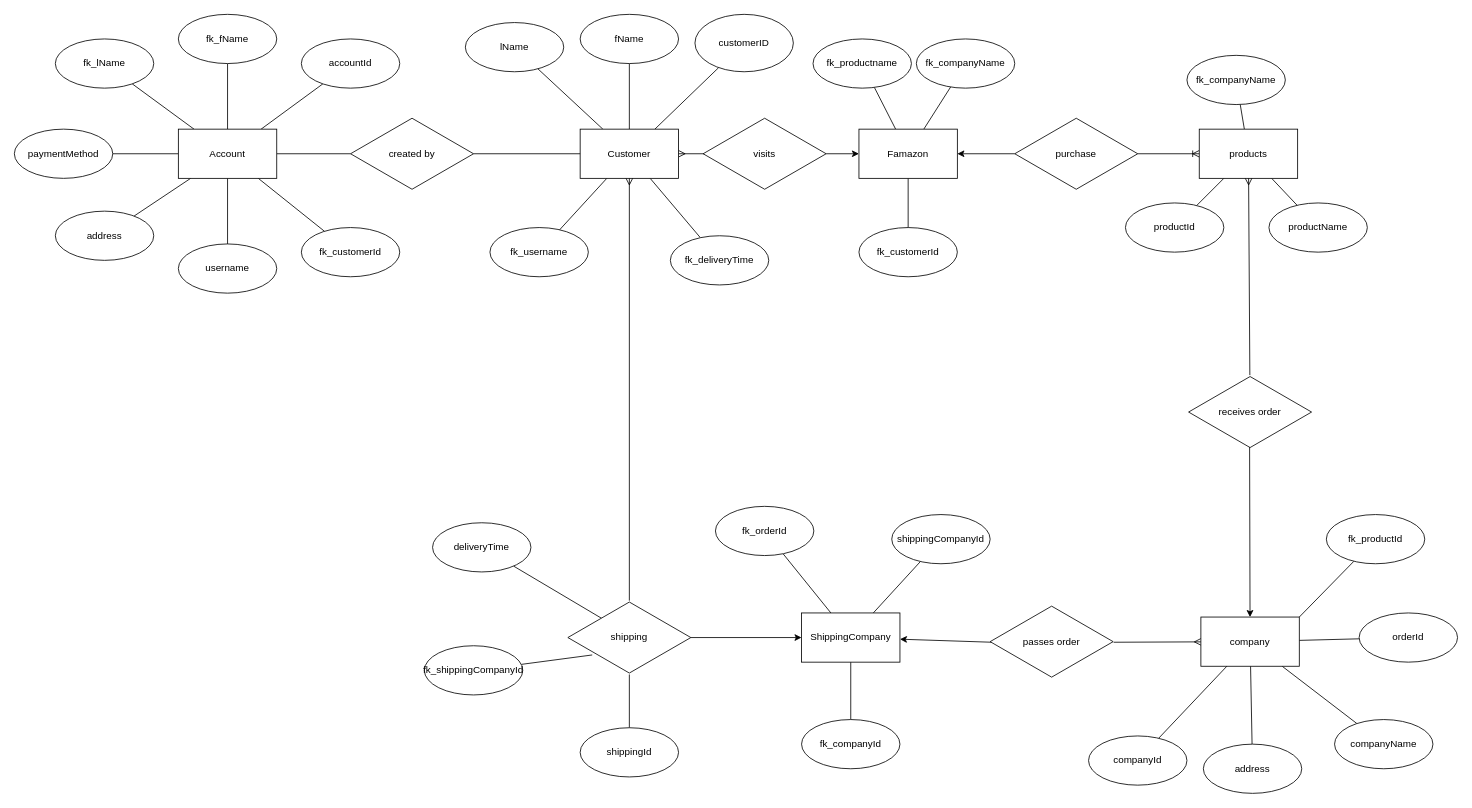
This is page "ER diagram" (2 of 4) of Diagram/diagram.drawio from igoorilic/BE15_CR9_IgorIlic, a draw.io file, before an edit. Source tidied: cells renumbered, new cells numbered last; positions are measured from the earlier drawing's top-left corner, leaving out a move shared by most shapes. Both pictures are drawn from the tidied source at 82%, with x=0, y=0 at pixel (14, 14).
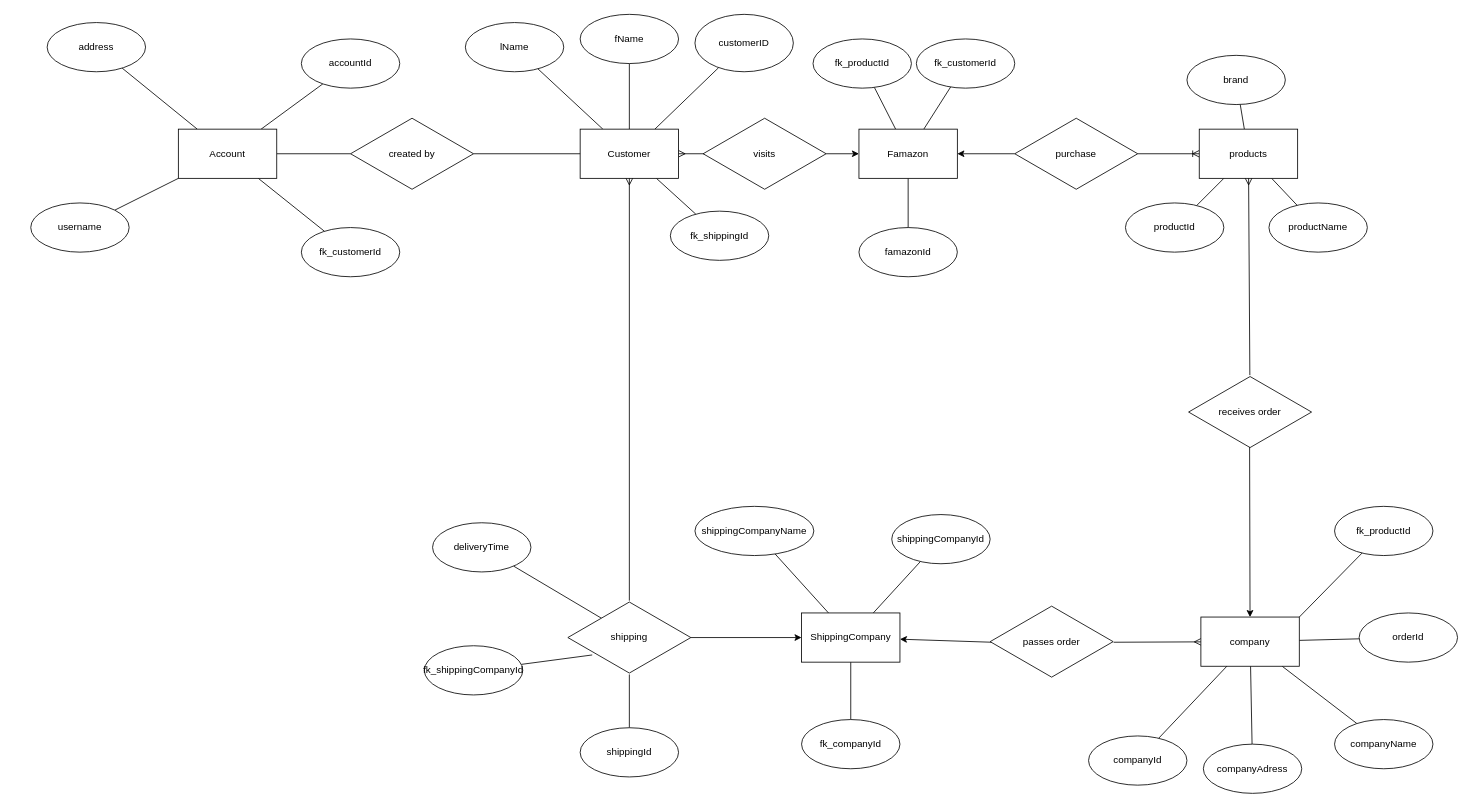
After the change.

Unchanged cells that the change refers to:
```xml
<mxCell id="8" value="Customer" style="rounded=0;whiteSpace=wrap;html=1;" parent="1" vertex="1">
  <mxGeometry x="690" y="140" width="120" height="60" as="geometry" />
</mxCell>
<mxCell id="72" value="Account" style="whiteSpace=wrap;html=1;" parent="1" vertex="1">
  <mxGeometry x="200" y="140" width="120" height="60" as="geometry" />
</mxCell>
```

The edit, as a diff of the source:
```diff
@@
-    <mxCell id="7" style="edgeStyle=none;html=1;startArrow=none;startFill=0;endArrow=none;endFill=0;" parent="1" edge="1" source="8" target="83">
-      <mxGeometry relative="1" as="geometry" />
-    </mxCell>
@@
-    <mxCell id="11" value="fk_username" style="ellipse;whiteSpace=wrap;html=1;rounded=0;" parent="1" vertex="1">
-      <mxGeometry x="580" y="260" width="120" height="60" as="geometry" />
+    <mxCell id="11" value="fk_shippingId" style="ellipse;whiteSpace=wrap;html=1;rounded=0;" parent="1" vertex="1">
+      <mxGeometry x="800" y="240" width="120" height="60" as="geometry" />
     </mxCell>
@@
-    <mxCell id="33" value="fk_customerId" style="ellipse;whiteSpace=wrap;html=1;" parent="1" vertex="1">
+    <mxCell id="33" value="famazonId" style="ellipse;whiteSpace=wrap;html=1;" parent="1" vertex="1">
       <mxGeometry x="1030" y="260" width="120" height="60" as="geometry" />
     </mxCell>
-    <mxCell id="34" value="fk_productname" style="ellipse;whiteSpace=wrap;html=1;" parent="1" vertex="1">
+    <mxCell id="34" value="fk_productId" style="ellipse;whiteSpace=wrap;html=1;" parent="1" vertex="1">
       <mxGeometry x="974" y="30" width="120" height="60" as="geometry" />
     </mxCell>
@@
-    <mxCell id="38" value="fk_companyName" style="ellipse;whiteSpace=wrap;html=1;" parent="1" vertex="1">
+    <mxCell id="38" value="brand" style="ellipse;whiteSpace=wrap;html=1;" parent="1" vertex="1">
       <mxGeometry x="1430" y="50" width="120" height="60" as="geometry" />
     </mxCell>
@@
     <mxCell id="40" value="fk_productId" style="ellipse;whiteSpace=wrap;html=1;" parent="1" vertex="1">
-      <mxGeometry x="1600" y="610" width="120" height="60" as="geometry" />
+      <mxGeometry x="1610" y="600" width="120" height="60" as="geometry" />
     </mxCell>
@@
-    <mxCell id="44" value="address" style="ellipse;whiteSpace=wrap;html=1;" parent="1" vertex="1">
+    <mxCell id="44" value="companyAdress" style="ellipse;whiteSpace=wrap;html=1;" parent="1" vertex="1">
       <mxGeometry x="1450" y="890" width="120" height="60" as="geometry" />
     </mxCell>
@@
-    <mxCell id="50" value="fk_orderId" style="ellipse;whiteSpace=wrap;html=1;rounded=0;" parent="1" vertex="1">
-      <mxGeometry x="855" y="600" width="120" height="60" as="geometry" />
+    <mxCell id="50" value="shippingCompanyName" style="ellipse;whiteSpace=wrap;html=1;rounded=0;" parent="1" vertex="1">
+      <mxGeometry x="830" y="600" width="145" height="60" as="geometry" />
     </mxCell>
@@
-    <mxCell id="61" value="fk_companyName" style="ellipse;whiteSpace=wrap;html=1;" parent="1" vertex="1">
+    <mxCell id="61" value="fk_customerId" style="ellipse;whiteSpace=wrap;html=1;" parent="1" vertex="1">
       <mxGeometry x="1100" y="30" width="120" height="60" as="geometry" />
     </mxCell>
@@
-    <mxCell id="65" style="edgeStyle=none;html=1;startArrow=none;startFill=0;endArrow=none;endFill=0;" parent="1" edge="1" source="72" target="73">
-      <mxGeometry relative="1" as="geometry" />
-    </mxCell>
-    <mxCell id="66" style="edgeStyle=none;html=1;startArrow=none;startFill=0;endArrow=none;endFill=0;" parent="1" edge="1" source="72" target="74">
-      <mxGeometry relative="1" as="geometry" />
-    </mxCell>
-    <mxCell id="67" style="edgeStyle=none;html=1;startArrow=none;startFill=0;endArrow=none;endFill=0;" parent="1" edge="1" source="72" target="75">
-      <mxGeometry relative="1" as="geometry" />
-    </mxCell>
@@
-    <mxCell id="73" value="fk_fName" style="ellipse;whiteSpace=wrap;html=1;" parent="1" vertex="1">
-      <mxGeometry x="200" width="120" height="60" as="geometry" />
-    </mxCell>
-    <mxCell id="74" value="fk_lName" style="ellipse;whiteSpace=wrap;html=1;" parent="1" vertex="1">
-      <mxGeometry x="50" y="30" width="120" height="60" as="geometry" />
-    </mxCell>
-    <mxCell id="75" value="paymentMethod" style="ellipse;whiteSpace=wrap;html=1;" parent="1" vertex="1">
-      <mxGeometry y="140" width="120" height="60" as="geometry" />
-    </mxCell>
     <mxCell id="76" value="address" style="ellipse;whiteSpace=wrap;html=1;" parent="1" vertex="1">
-      <mxGeometry x="50" y="240" width="120" height="60" as="geometry" />
+      <mxGeometry x="40" y="10" width="120" height="60" as="geometry" />
     </mxCell>
     <mxCell id="77" value="username" style="ellipse;whiteSpace=wrap;html=1;" parent="1" vertex="1">
-      <mxGeometry x="200" y="280" width="120" height="60" as="geometry" />
+      <mxGeometry x="20" y="230" width="120" height="60" as="geometry" />
     </mxCell>
@@
-    <mxCell id="83" value="fk_deliveryTime" style="ellipse;whiteSpace=wrap;html=1;rounded=0;" parent="1" vertex="1">
-      <mxGeometry x="800" y="270" width="120" height="60" as="geometry" />
-    </mxCell>
```
